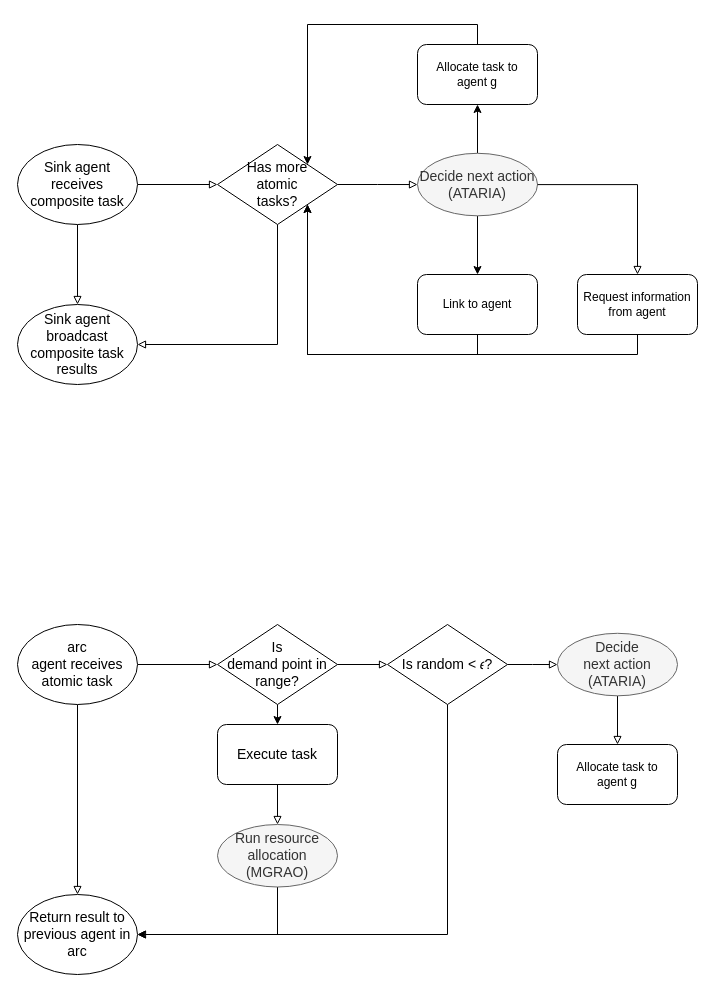
sevenmachines/els_energy_optimisation_and_adaptive_coverage_in_wsn_systems keeps this draw.io diagram as source/algorithm-flow.drawio. Above is the earlier version. Source tidied: cells renumbered, new cells numbered last; positions are measured from the earlier drawing's top-left corner, leaving out a move shared by most shapes. Both pictures are drawn from the tidied source at 100%, with x=0, y=0 at pixel (17, 44).
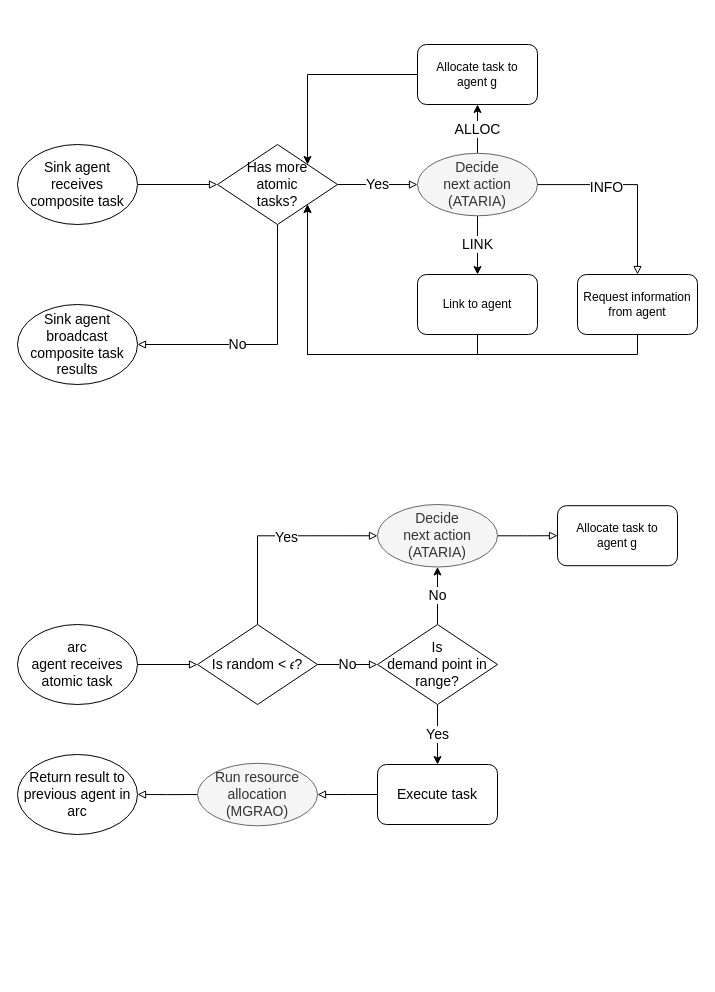
The same diagram, later.

Commit message (it also covers changes not shown here):
Updates to algorithm flow diagrams

Unchanged cells that the change refers to:
```xml
<mxCell id="4" value="Sink agent receives composite task" style="ellipse;whiteSpace=wrap;html=1;fontSize=14;" parent="1" vertex="1">
  <mxGeometry y="100" width="120" height="80" as="geometry" />
</mxCell>
<mxCell id="10" value="Has more&lt;br&gt;atomic&lt;br&gt;tasks?" style="rhombus;whiteSpace=wrap;html=1;fontSize=14;" parent="1" vertex="1">
  <mxGeometry x="200" y="100" width="120" height="80" as="geometry" />
</mxCell>
<mxCell id="11" value="Sink agent broadcast composite task results" style="ellipse;whiteSpace=wrap;html=1;fontSize=14;" parent="1" vertex="1">
  <mxGeometry y="260" width="120" height="80" as="geometry" />
</mxCell>
<mxCell id="14" value="arc&lt;br&gt;agent receives atomic task" style="ellipse;whiteSpace=wrap;html=1;fontSize=14;" parent="1" vertex="1">
  <mxGeometry y="580" width="120" height="80" as="geometry" />
</mxCell>
<mxCell id="29" style="edgeStyle=orthogonalEdgeStyle;rounded=0;jettySize=auto;html=1;entryX=0.5;entryY=0;entryDx=0;entryDy=0;endArrow=block;endFill=0;fontSize=14;" parent="1" edge="1" source="8" target="28">
  <mxGeometry relative="1" as="geometry" />
</mxCell>
<mxCell id="31" value="Link to agent" style="rounded=1;whiteSpace=wrap;html=1;" parent="1" vertex="1">
  <mxGeometry x="400" y="230" width="120" height="60" as="geometry" />
</mxCell>
<mxCell id="33" value="Allocate task to&lt;br&gt;agent g" style="rounded=1;whiteSpace=wrap;html=1;" parent="1" vertex="1">
  <mxGeometry x="400" width="120" height="60" as="geometry" />
</mxCell>
```

Change to the diagram source:
```diff
@@
-    <mxCell id="3" style="edgeStyle=orthogonalEdgeStyle;rounded=0;jettySize=auto;html=1;exitX=0.5;exitY=1;exitDx=0;exitDy=0;entryX=0.5;entryY=0;entryDx=0;entryDy=0;endArrow=block;endFill=0;fontSize=14;" parent="1" edge="1" source="4" target="11">
-      <mxGeometry relative="1" as="geometry" />
-    </mxCell>
@@
-    <mxCell id="5" style="edgeStyle=orthogonalEdgeStyle;rounded=0;jettySize=auto;html=1;entryX=0;entryY=0.5;entryDx=0;entryDy=0;endArrow=block;endFill=0;exitX=1;exitY=0.5;exitDx=0;exitDy=0;fontSize=14;" parent="1" edge="1" source="10" target="8">
+    <mxCell id="5" value="Yes" style="edgeStyle=orthogonalEdgeStyle;rounded=0;jettySize=auto;html=1;entryX=0;entryY=0.5;entryDx=0;entryDy=0;endArrow=block;endFill=0;exitX=1;exitY=0.5;exitDx=0;exitDy=0;fontSize=14;" parent="1" edge="1" source="10" target="8">
       <mxGeometry relative="1" as="geometry" />
     </mxCell>
-    <mxCell id="6" style="edgeStyle=orthogonalEdgeStyle;rounded=0;jettySize=auto;html=1;exitX=0.5;exitY=0;exitDx=0;exitDy=0;entryX=0.5;entryY=1;entryDx=0;entryDy=0;fontSize=14;" parent="1" edge="1" source="8" target="33">
+    <mxCell id="6" value="ALLOC" style="edgeStyle=orthogonalEdgeStyle;rounded=0;jettySize=auto;html=1;exitX=0.5;exitY=0;exitDx=0;exitDy=0;entryX=0.5;entryY=1;entryDx=0;entryDy=0;fontSize=14;" parent="1" edge="1" source="8" target="33">
       <mxGeometry relative="1" as="geometry" />
     </mxCell>
-    <mxCell id="7" style="edgeStyle=orthogonalEdgeStyle;rounded=0;jettySize=auto;html=1;entryX=0.5;entryY=0;entryDx=0;entryDy=0;fontSize=14;exitX=0.5;exitY=1;exitDx=0;exitDy=0;" parent="1" edge="1" source="8" target="31">
+    <mxCell id="7" value="LINK" style="edgeStyle=orthogonalEdgeStyle;rounded=0;jettySize=auto;html=1;entryX=0.5;entryY=0;entryDx=0;entryDy=0;fontSize=14;exitX=0.5;exitY=1;exitDx=0;exitDy=0;" parent="1" edge="1" source="8" target="31">
       <mxGeometry relative="1" as="geometry" />
     </mxCell>
-    <mxCell id="8" value="Decide next action (ATARIA)" style="ellipse;whiteSpace=wrap;html=1;fillColor=#f5f5f5;strokeColor=#666666;fontColor=#333333;fontStyle=0;fontSize=14;" parent="1" vertex="1">
+    <mxCell id="8" value="Decide&lt;br&gt;next action (ATARIA)" style="ellipse;whiteSpace=wrap;html=1;fillColor=#f5f5f5;strokeColor=#666666;fontColor=#333333;fontStyle=0;fontSize=14;" parent="1" vertex="1">
       <mxGeometry x="400" y="108.8" width="120" height="62.5" as="geometry" />
     </mxCell>
-    <mxCell id="9" style="edgeStyle=orthogonalEdgeStyle;rounded=0;jettySize=auto;html=1;exitX=0.5;exitY=1;exitDx=0;exitDy=0;endArrow=block;endFill=0;entryX=1;entryY=0.5;entryDx=0;entryDy=0;fontSize=14;" parent="1" edge="1" source="10" target="11">
-      <mxGeometry relative="1" as="geometry" />
+    <mxCell id="9" value="No" style="edgeStyle=orthogonalEdgeStyle;rounded=0;jettySize=auto;html=1;exitX=0.5;exitY=1;exitDx=0;exitDy=0;endArrow=block;endFill=0;entryX=1;entryY=0.5;entryDx=0;entryDy=0;fontSize=14;" parent="1" edge="1" source="10" target="11">
+      <mxGeometry x="0.23" relative="1" as="geometry" />
     </mxCell>
@@
-    <mxCell id="12" style="edgeStyle=orthogonalEdgeStyle;rounded=0;jettySize=auto;html=1;entryX=0;entryY=0.5;entryDx=0;entryDy=0;endArrow=block;endFill=0;fontSize=14;" parent="1" edge="1" source="14" target="20">
+    <mxCell id="12" value="No" style="edgeStyle=orthogonalEdgeStyle;rounded=0;jettySize=auto;html=1;entryX=0;entryY=0.5;entryDx=0;entryDy=0;endArrow=block;endFill=0;fontSize=14;" parent="1" edge="1" source="23" target="20">
       <mxGeometry relative="1" as="geometry" />
     </mxCell>
-    <mxCell id="13" style="edgeStyle=orthogonalEdgeStyle;rounded=0;jettySize=auto;html=1;exitX=0.5;exitY=1;exitDx=0;exitDy=0;entryX=0.5;entryY=0;entryDx=0;entryDy=0;endArrow=block;endFill=0;fontSize=14;" parent="1" edge="1" source="14" target="21">
-      <mxGeometry relative="1" as="geometry" />
-    </mxCell>
@@
-    <mxCell id="15" style="edgeStyle=orthogonalEdgeStyle;rounded=0;jettySize=auto;html=1;entryX=0;entryY=0.5;entryDx=0;entryDy=0;endArrow=block;endFill=0;exitX=1;exitY=0.5;exitDx=0;exitDy=0;fontSize=14;" parent="1" edge="1" source="23" target="17">
+    <mxCell id="15" style="edgeStyle=orthogonalEdgeStyle;rounded=0;jettySize=auto;html=1;entryX=0;entryY=0.5;entryDx=0;entryDy=0;endArrow=block;endFill=0;exitX=0.5;exitY=0;exitDx=0;exitDy=0;fontSize=14;" parent="1" edge="1" source="23" target="17">
       <mxGeometry relative="1" as="geometry" />
     </mxCell>
+    <mxCell id="36" value="Yes" style="edgeLabel;html=1;align=center;verticalAlign=middle;fontSize=14;" parent="15" vertex="1">
+      <mxGeometry x="0.12" y="-1" relative="1" as="geometry" />
+    </mxCell>
-    <mxCell id="16" style="edgeStyle=orthogonalEdgeStyle;rounded=0;jettySize=auto;html=1;entryX=0.5;entryY=0;entryDx=0;entryDy=0;endArrow=block;endFill=0;fontSize=14;" parent="1" edge="1" source="17" target="26">
+    <mxCell id="16" style="edgeStyle=orthogonalEdgeStyle;rounded=0;jettySize=auto;html=1;entryX=0;entryY=0.5;entryDx=0;entryDy=0;endArrow=block;endFill=0;fontSize=14;" parent="1" edge="1" source="17" target="26">
       <mxGeometry relative="1" as="geometry" />
     </mxCell>
     <mxCell id="17" value="Decide&lt;br&gt;next action (ATARIA)" style="ellipse;whiteSpace=wrap;html=1;fillColor=#f5f5f5;strokeColor=#666666;fontColor=#333333;fontStyle=0;fontSize=14;" parent="1" vertex="1">
-      <mxGeometry x="540" y="588.8" width="120" height="62.5" as="geometry" />
+      <mxGeometry x="360" y="460" width="120" height="62.5" as="geometry" />
     </mxCell>
-    <mxCell id="18" style="edgeStyle=orthogonalEdgeStyle;rounded=0;jettySize=auto;html=1;exitX=0.5;exitY=1;exitDx=0;exitDy=0;endArrow=block;endFill=0;entryX=1;entryY=0.5;entryDx=0;entryDy=0;fontSize=14;" parent="1" edge="1" source="34" target="21">
+    <mxCell id="18" style="edgeStyle=orthogonalEdgeStyle;rounded=0;jettySize=auto;html=1;exitX=0;exitY=0.5;exitDx=0;exitDy=0;endArrow=block;endFill=0;entryX=1;entryY=0.5;entryDx=0;entryDy=0;fontSize=14;" parent="1" edge="1" source="34" target="21">
       <mxGeometry relative="1" as="geometry" />
     </mxCell>
-    <mxCell id="19" style="edgeStyle=orthogonalEdgeStyle;rounded=0;jettySize=auto;html=1;exitX=0.5;exitY=1;exitDx=0;exitDy=0;entryX=0.5;entryY=0;entryDx=0;entryDy=0;" parent="1" edge="1" source="20" target="25">
+    <mxCell id="19" value="Yes" style="edgeStyle=orthogonalEdgeStyle;rounded=0;jettySize=auto;html=1;exitX=0.5;exitY=1;exitDx=0;exitDy=0;entryX=0.5;entryY=0;entryDx=0;entryDy=0;fontSize=14;" parent="1" edge="1" source="20" target="25">
       <mxGeometry relative="1" as="geometry" />
     </mxCell>
+    <mxCell id="37" value="No" style="edgeStyle=orthogonalEdgeStyle;rounded=0;jettySize=auto;html=1;entryX=0.5;entryY=1;entryDx=0;entryDy=0;fontSize=14;" parent="1" edge="1" source="20" target="17">
+      <mxGeometry relative="1" as="geometry" />
+    </mxCell>
     <mxCell id="20" value="Is&lt;br&gt;demand point in range?" style="rhombus;whiteSpace=wrap;html=1;fontSize=14;" parent="1" vertex="1">
-      <mxGeometry x="200" y="580" width="120" height="80" as="geometry" />
+      <mxGeometry x="360" y="580" width="120" height="80" as="geometry" />
     </mxCell>
     <mxCell id="21" value="Return result to previous agent in arc" style="ellipse;whiteSpace=wrap;html=1;fontSize=14;" parent="1" vertex="1">
-      <mxGeometry y="850" width="120" height="80" as="geometry" />
+      <mxGeometry y="710" width="120" height="80" as="geometry" />
     </mxCell>
-    <mxCell id="22" style="edgeStyle=orthogonalEdgeStyle;rounded=0;jettySize=auto;html=1;exitX=0.5;exitY=1;exitDx=0;exitDy=0;entryX=1;entryY=0.5;entryDx=0;entryDy=0;" parent="1" edge="1" source="23" target="21">
-      <mxGeometry relative="1" as="geometry">
-        <Array as="points">
-          <mxPoint x="430" y="890" />
-          <mxPoint x="120" y="890" />
-        </Array>
-      </mxGeometry>
-    </mxCell>
-    <mxCell id="23" value="Is random &amp;lt; 𝜖?" style="rhombus;whiteSpace=wrap;html=1;fontSize=14;" parent="1" vertex="1">
-      <mxGeometry x="370" y="580" width="120" height="80" as="geometry" />
-    </mxCell>
-    <mxCell id="24" style="edgeStyle=orthogonalEdgeStyle;rounded=0;jettySize=auto;html=1;entryX=0;entryY=0.5;entryDx=0;entryDy=0;endArrow=block;endFill=0;exitX=1;exitY=0.5;exitDx=0;exitDy=0;fontSize=14;" parent="1" edge="1" source="20" target="23">
-      <mxGeometry relative="1" as="geometry" />
-    </mxCell>
     <mxCell id="25" value="Execute task" style="rounded=1;whiteSpace=wrap;html=1;fontSize=14;" parent="1" vertex="1">
-      <mxGeometry x="200" y="680" width="120" height="60" as="geometry" />
+      <mxGeometry x="360" y="720" width="120" height="60" as="geometry" />
     </mxCell>
     <mxCell id="26" value="Allocate task to&lt;br&gt;agent g" style="rounded=1;whiteSpace=wrap;html=1;" parent="1" vertex="1">
-      <mxGeometry x="540" y="700" width="120" height="60" as="geometry" />
+      <mxGeometry x="540" y="461.2" width="120" height="60" as="geometry" />
     </mxCell>
@@
+    <mxCell id="38" value="INFO" style="edgeLabel;html=1;align=center;verticalAlign=middle;fontSize=14;" parent="29" vertex="1">
+      <mxGeometry x="-0.28" y="-2" relative="1" as="geometry">
+        <mxPoint x="1" as="offset" />
+      </mxGeometry>
+    </mxCell>
@@
-    <mxCell id="32" style="edgeStyle=orthogonalEdgeStyle;rounded=0;jettySize=auto;html=1;exitX=0.5;exitY=0;exitDx=0;exitDy=0;fontSize=14;entryX=1;entryY=0;entryDx=0;entryDy=0;" parent="1" edge="1" source="33" target="10">
+    <mxCell id="32" style="edgeStyle=orthogonalEdgeStyle;rounded=0;jettySize=auto;html=1;exitX=0;exitY=0.5;exitDx=0;exitDy=0;fontSize=14;entryX=1;entryY=0;entryDx=0;entryDy=0;" parent="1" edge="1" source="33" target="10">
       <mxGeometry relative="1" as="geometry" />
     </mxCell>
@@
     <mxCell id="34" value="Run resource allocation&lt;br style=&quot;font-size: 14px&quot;&gt;(MGRAO)" style="ellipse;whiteSpace=wrap;html=1;fillColor=#f5f5f5;strokeColor=#666666;fontColor=#333333;fontStyle=0;fontSize=14;" parent="1" vertex="1">
-      <mxGeometry x="200" y="780" width="120" height="62.5" as="geometry" />
+      <mxGeometry x="180" y="718.8" width="120" height="62.5" as="geometry" />
     </mxCell>
-    <mxCell id="35" style="edgeStyle=orthogonalEdgeStyle;rounded=0;jettySize=auto;html=1;exitX=0.5;exitY=1;exitDx=0;exitDy=0;endArrow=block;endFill=0;entryX=0.5;entryY=0;entryDx=0;entryDy=0;fontSize=14;" parent="1" edge="1" source="25" target="34">
+    <mxCell id="35" style="edgeStyle=orthogonalEdgeStyle;rounded=0;jettySize=auto;html=1;exitX=0;exitY=0.5;exitDx=0;exitDy=0;endArrow=block;endFill=0;entryX=1;entryY=0.5;entryDx=0;entryDy=0;fontSize=14;" parent="1" edge="1" source="25" target="34">
       <mxGeometry relative="1" as="geometry" />
     </mxCell>
+    <mxCell id="23" value="Is random &amp;lt; 𝜖?" style="rhombus;whiteSpace=wrap;html=1;fontSize=14;" parent="1" vertex="1">
+      <mxGeometry x="180" y="580" width="120" height="80" as="geometry" />
+    </mxCell>
+    <mxCell id="39" style="edgeStyle=orthogonalEdgeStyle;rounded=0;jettySize=auto;html=1;entryX=0;entryY=0.5;entryDx=0;entryDy=0;endArrow=block;endFill=0;fontSize=14;exitX=1;exitY=0.5;exitDx=0;exitDy=0;" parent="1" edge="1" source="14" target="23">
+      <mxGeometry relative="1" as="geometry" />
+    </mxCell>
```
